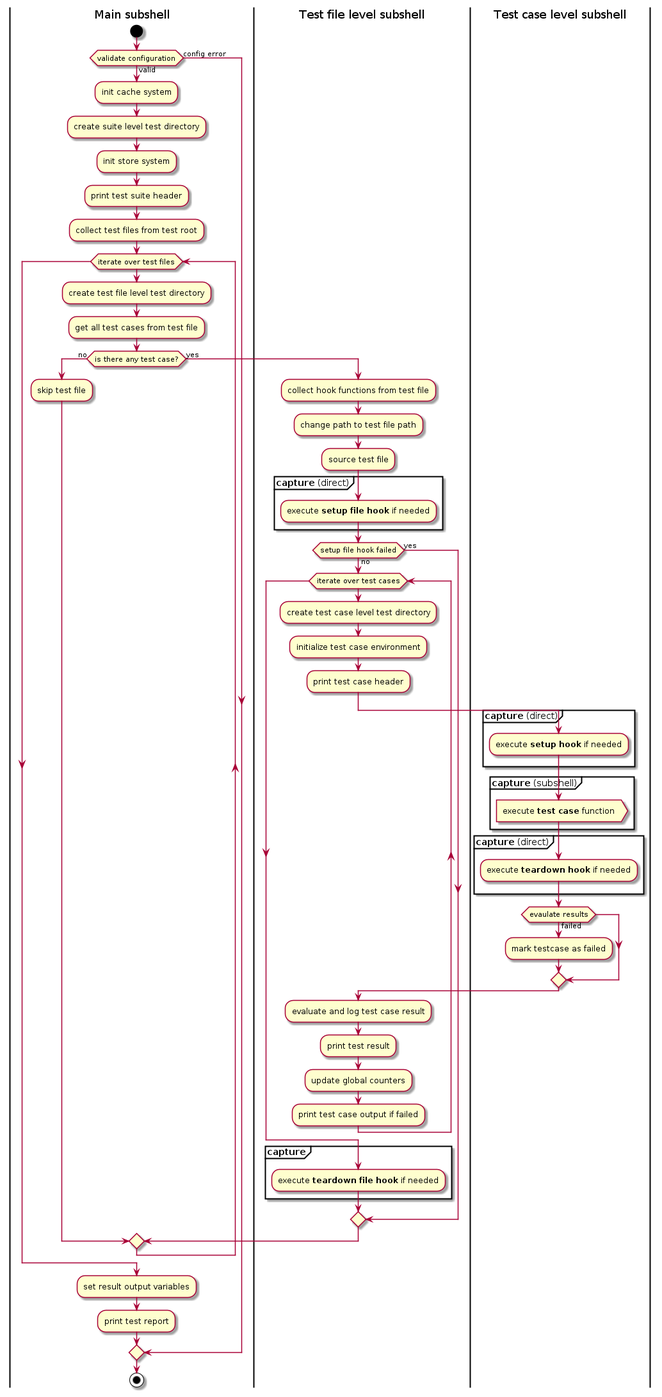
Earlier version of the PlantUML export docs/dm-test-internals-light.png (dotmodules/dm-test-runner).
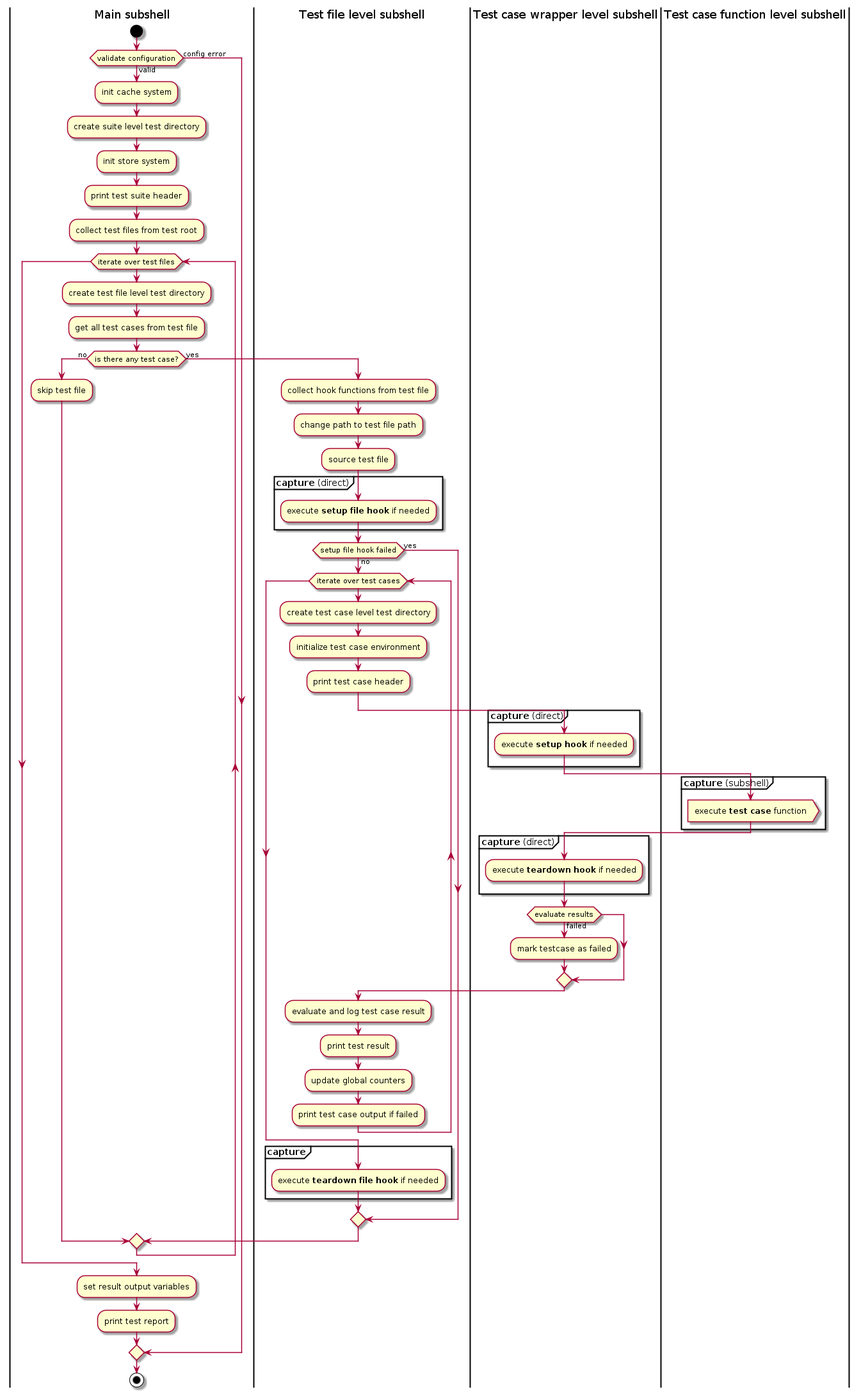
Later version of the same file.

What changed in the source:
```diff
@@ -26,17 +26,19 @@
         :create test case level test directory;
         :initialize test case environment;
         :print test case header;
-|Test case level subshell|
+|Test case wrapper level subshell|
         partition "**capture** (direct)" {
             :execute **setup hook** if needed;
         }
         partition "**capture** (subshell)" {
+|Test case function level subshell|
             :execute **test case** function>
+|Test case wrapper level subshell|
         }
         partition "**capture** (direct)" {
             :execute **teardown hook** if needed;
         }
-        if (evaulate results) is (failed) then
+        if (evaluate results) is (failed) then
         :mark testcase as failed;
         endif
 |Test file level subshell|
```
